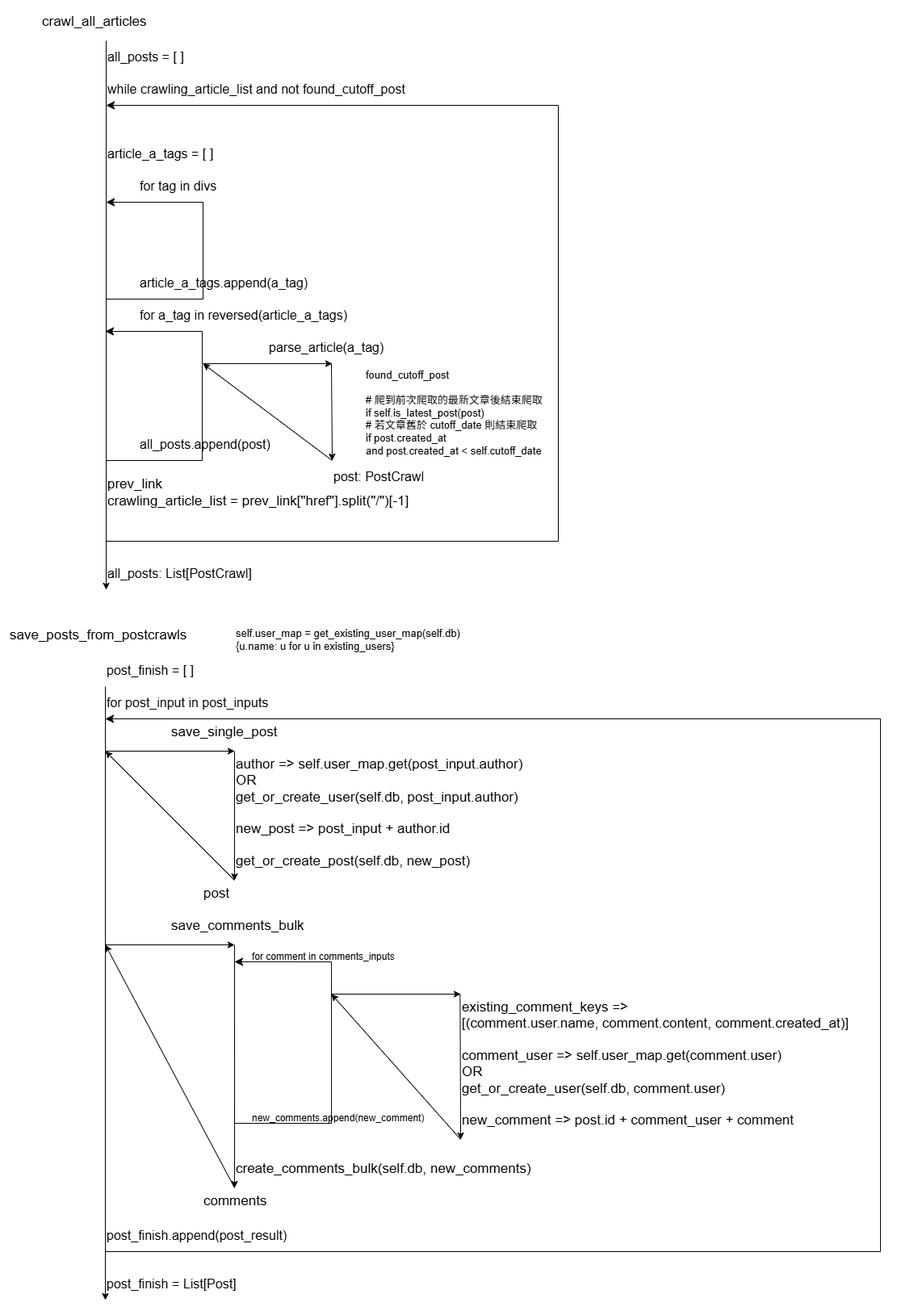
Pin-Ying/celinelu-basic-training keeps this draw.io diagram as docs/drawio-pic/ptt-crawl.png. Above is the earlier version. Source tidied: cells renumbered, new cells last; positions are measured from the earlier drawing's top-left corner, leaving out a move shared by most shapes.
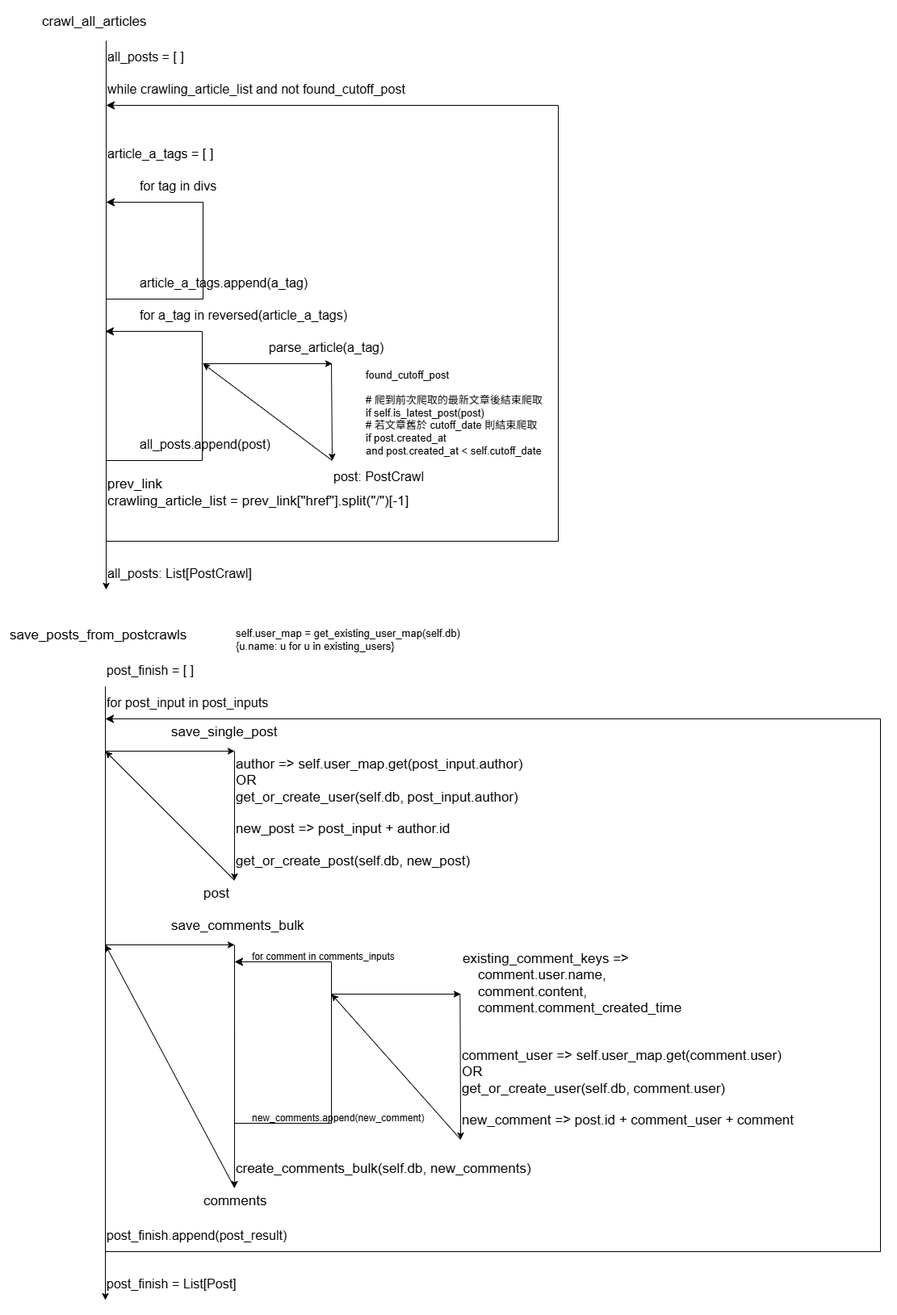
After the commit.

The edit, as a diff of the source:
```diff
@@ -207,8 +207,8 @@
     <mxCell id="46" value="comment_user =&gt; self.user_map.get(comment.user) &#10;OR &#10;get_or_create_user(self.db, comment.user)" style="text;whiteSpace=wrap;fontSize=17;" parent="1" vertex="1">
       <mxGeometry x="560" y="1281" width="440" height="80" as="geometry" />
     </mxCell>
-    <mxCell id="47" value="existing_comment_keys =&gt; &#10;[(comment.user.name, comment.content, comment.created_at)]" style="text;whiteSpace=wrap;fontSize=17;" parent="1" vertex="1">
-      <mxGeometry x="560" y="1221" width="520" height="60" as="geometry" />
+    <mxCell id="47" value="existing_comment_keys =&gt; &#10;    comment.user.name,&#10;    comment.content,&#10;    comment.comment_created_time" style="text;whiteSpace=wrap;fontSize=17;" parent="1" vertex="1">
+      <mxGeometry x="561" y="1161" width="440" height="120" as="geometry" />
     </mxCell>
     <mxCell id="48" value="new_comment =&gt; post.id + comment_user + comment" style="text;whiteSpace=wrap;fontSize=17;" parent="1" vertex="1">
       <mxGeometry x="560" y="1361" width="440" height="40" as="geometry" />
```
